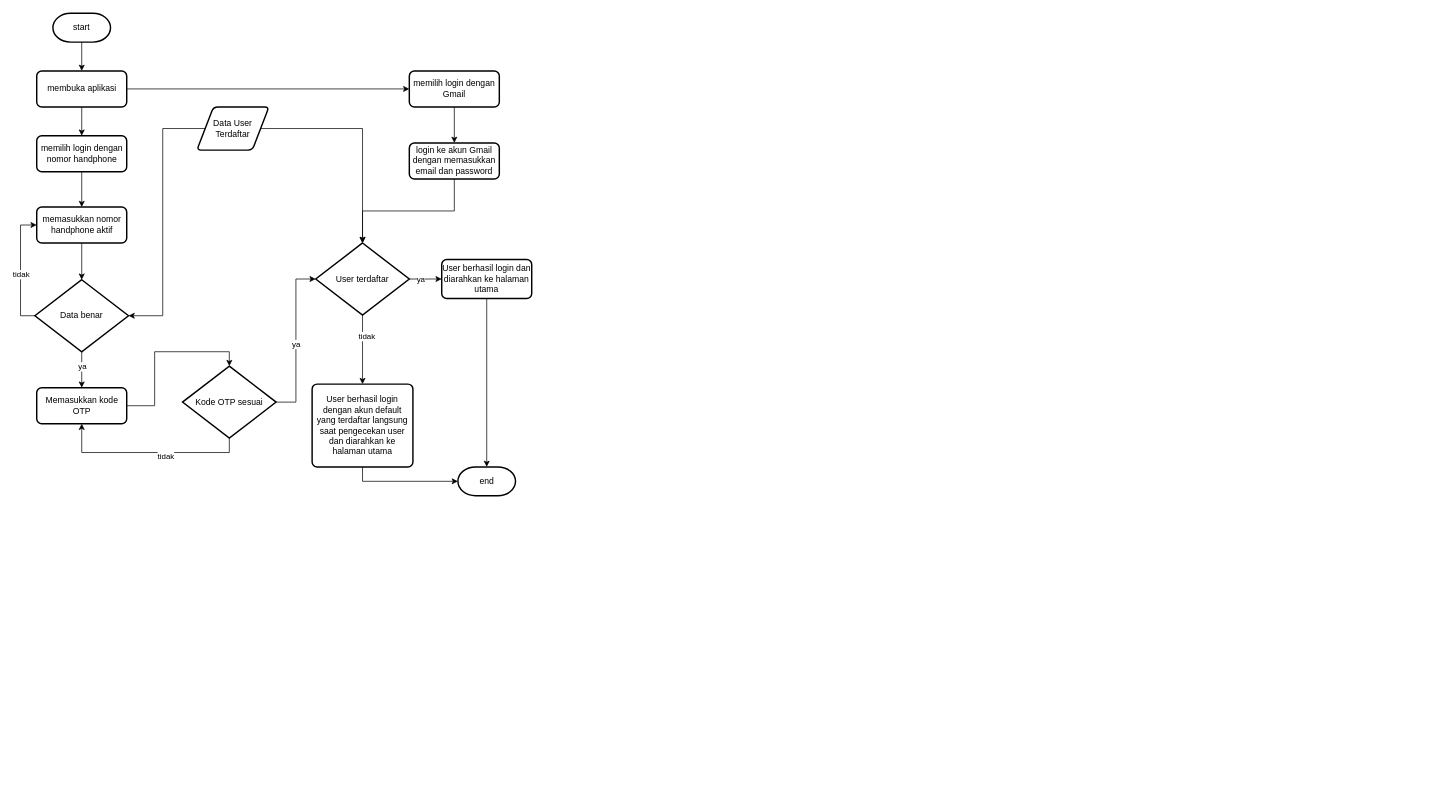
The draw.io diagram page "login aplikasi" (9 of 12) of Untitled Diagram.drawio in rukadabra/test, before the edit. Source tidied: cells renumbered, new cells numbered last; positions are measured from the earlier drawing's top-left corner, leaving out a move shared by most shapes. Both pictures are drawn from the tidied source at 72%, with x=0, y=0 at pixel (20, 13).
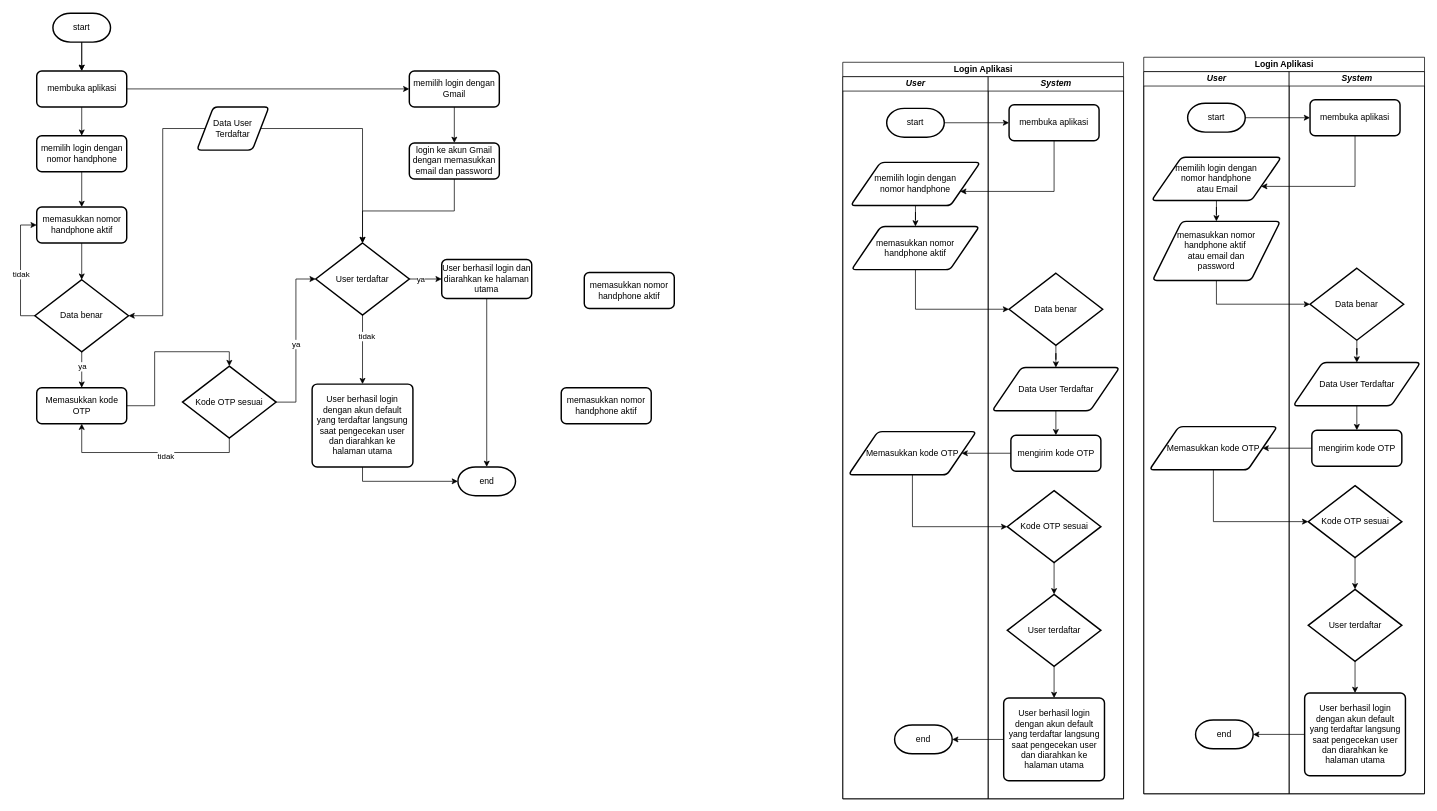
After the change.

Unchanged cells that the change refers to:
```xml
<mxCell id="3" value="start" style="strokeWidth=2;html=1;shape=mxgraph.flowchart.terminator;whiteSpace=wrap;" parent="1" vertex="1">
  <mxGeometry x="45" width="80" height="40" as="geometry" />
</mxCell>
<mxCell id="6" value="membuka aplikasi" style="rounded=1;whiteSpace=wrap;html=1;absoluteArcSize=1;arcSize=14;strokeWidth=2;" parent="1" vertex="1">
  <mxGeometry x="22.5" y="80" width="125" height="50" as="geometry" />
</mxCell>
```

Diff of the diagram source:
```diff
@@
+    <mxCell id="40" style="edgeStyle=orthogonalEdgeStyle;rounded=0;jettySize=auto;html=1;" parent="1" edge="1" source="3" target="6">
+      <mxGeometry relative="1" as="geometry" />
+    </mxCell>
@@
+    <mxCell id="41" value="Login Aplikasi" style="swimlane;startSize=20;html=1;" parent="1" vertex="1">
+      <mxGeometry x="1142" y="68" width="390" height="1023" as="geometry" />
+    </mxCell>
+    <mxCell id="42" value="&lt;i&gt;User&lt;/i&gt;" style="swimlane;startSize=20;html=1;" parent="41" vertex="1">
+      <mxGeometry y="20" width="202" height="1003" as="geometry" />
+    </mxCell>
+    <mxCell id="43" value="start" style="strokeWidth=2;html=1;shape=mxgraph.flowchart.terminator;whiteSpace=wrap;" parent="42" vertex="1">
+      <mxGeometry x="61" y="44" width="80" height="40" as="geometry" />
+    </mxCell>
+    <mxCell id="44" style="edgeStyle=orthogonalEdgeStyle;rounded=0;jettySize=auto;html=1;entryX=0.5;entryY=0;entryDx=0;entryDy=0;" parent="42" edge="1" source="45" target="46">
+      <mxGeometry relative="1" as="geometry" />
+    </mxCell>
+    <mxCell id="45" value="memilih login dengan &lt;br&gt;nomor handphone" style="shape=parallelogram;html=1;strokeWidth=2;perimeter=parallelogramPerimeter;whiteSpace=wrap;rounded=1;arcSize=12;size=0.23;" parent="42" vertex="1">
+      <mxGeometry x="11" y="119" width="180" height="60" as="geometry" />
+    </mxCell>
+    <mxCell id="46" value="memasukkan nomor &lt;br&gt;handphone aktif" style="shape=parallelogram;html=1;strokeWidth=2;perimeter=parallelogramPerimeter;whiteSpace=wrap;rounded=1;arcSize=12;size=0.23;" parent="42" vertex="1">
+      <mxGeometry x="12.2" y="208" width="177.5" height="60" as="geometry" />
+    </mxCell>
+    <mxCell id="47" value="Memasukkan kode OTP" style="shape=parallelogram;html=1;strokeWidth=2;perimeter=parallelogramPerimeter;whiteSpace=wrap;rounded=1;arcSize=12;size=0.23;" parent="42" vertex="1">
+      <mxGeometry x="8" y="493" width="177.5" height="60" as="geometry" />
+    </mxCell>
+    <mxCell id="48" value="end" style="strokeWidth=2;html=1;shape=mxgraph.flowchart.terminator;whiteSpace=wrap;" parent="42" vertex="1">
+      <mxGeometry x="72" y="900.5" width="80" height="40" as="geometry" />
+    </mxCell>
+    <mxCell id="49" style="edgeStyle=orthogonalEdgeStyle;rounded=0;jettySize=auto;html=1;" parent="41" edge="1" source="43" target="58">
+      <mxGeometry relative="1" as="geometry" />
+    </mxCell>
+    <mxCell id="50" style="edgeStyle=orthogonalEdgeStyle;rounded=0;jettySize=auto;html=1;entryX=1;entryY=0.75;entryDx=0;entryDy=0;" parent="41" edge="1" source="58" target="45">
+      <mxGeometry relative="1" as="geometry">
+        <Array as="points">
+          <mxPoint x="293" y="179" />
+        </Array>
+      </mxGeometry>
+    </mxCell>
+    <mxCell id="51" style="edgeStyle=orthogonalEdgeStyle;rounded=0;jettySize=auto;html=1;exitX=0.5;exitY=1;exitDx=0;exitDy=0;entryX=0;entryY=0.5;entryDx=0;entryDy=0;entryPerimeter=0;" parent="41" edge="1" source="46" target="57">
+      <mxGeometry relative="1" as="geometry" />
+    </mxCell>
+    <mxCell id="52" style="edgeStyle=orthogonalEdgeStyle;rounded=0;jettySize=auto;html=1;" parent="41" edge="1" source="61" target="47">
+      <mxGeometry relative="1" as="geometry" />
+    </mxCell>
+    <mxCell id="53" style="edgeStyle=orthogonalEdgeStyle;rounded=0;jettySize=auto;html=1;exitX=0.5;exitY=1;exitDx=0;exitDy=0;entryX=0;entryY=0.5;entryDx=0;entryDy=0;entryPerimeter=0;" parent="41" edge="1" source="47" target="63">
+      <mxGeometry relative="1" as="geometry" />
+    </mxCell>
+    <mxCell id="54" style="edgeStyle=orthogonalEdgeStyle;rounded=0;jettySize=auto;html=1;exitX=0;exitY=0.5;exitDx=0;exitDy=0;" parent="41" edge="1" source="66" target="48">
+      <mxGeometry relative="1" as="geometry" />
+    </mxCell>
+    <mxCell id="55" value="&lt;b&gt;&lt;i&gt;System&lt;/i&gt;&lt;/b&gt;" style="swimlane;startSize=20;html=1;" parent="41" vertex="1">
+      <mxGeometry x="202" y="20" width="188" height="1003" as="geometry" />
+    </mxCell>
+    <mxCell id="56" style="edgeStyle=orthogonalEdgeStyle;rounded=0;jettySize=auto;html=1;entryX=0.5;entryY=0;entryDx=0;entryDy=0;" parent="55" edge="1" source="57" target="60">
+      <mxGeometry relative="1" as="geometry" />
+    </mxCell>
+    <mxCell id="57" value="Data benar" style="strokeWidth=2;html=1;shape=mxgraph.flowchart.decision;whiteSpace=wrap;" parent="55" vertex="1">
+      <mxGeometry x="29" y="273" width="130" height="100" as="geometry" />
+    </mxCell>
+    <mxCell id="58" value="membuka aplikasi" style="rounded=1;whiteSpace=wrap;html=1;absoluteArcSize=1;arcSize=14;strokeWidth=2;" parent="55" vertex="1">
+      <mxGeometry x="29" y="39" width="125" height="50" as="geometry" />
+    </mxCell>
+    <mxCell id="59" style="edgeStyle=orthogonalEdgeStyle;rounded=0;jettySize=auto;html=1;exitX=0.5;exitY=1;exitDx=0;exitDy=0;entryX=0.5;entryY=0;entryDx=0;entryDy=0;" parent="55" edge="1" source="60" target="61">
+      <mxGeometry relative="1" as="geometry" />
+    </mxCell>
+    <mxCell id="60" value="Data User Terdaftar" style="shape=parallelogram;html=1;strokeWidth=2;perimeter=parallelogramPerimeter;whiteSpace=wrap;rounded=1;arcSize=12;size=0.23;" parent="55" vertex="1">
+      <mxGeometry x="5.6" y="404" width="176.8" height="60" as="geometry" />
+    </mxCell>
+    <mxCell id="61" value="mengirim kode OTP" style="rounded=1;whiteSpace=wrap;html=1;absoluteArcSize=1;arcSize=14;strokeWidth=2;" parent="55" vertex="1">
+      <mxGeometry x="31.5" y="498" width="125" height="50" as="geometry" />
+    </mxCell>
+    <mxCell id="62" style="edgeStyle=orthogonalEdgeStyle;rounded=0;jettySize=auto;html=1;exitX=0.5;exitY=1;exitDx=0;exitDy=0;exitPerimeter=0;" parent="55" edge="1" source="63" target="65">
+      <mxGeometry relative="1" as="geometry" />
+    </mxCell>
+    <mxCell id="63" value="Kode OTP sesuai" style="strokeWidth=2;html=1;shape=mxgraph.flowchart.decision;whiteSpace=wrap;" parent="55" vertex="1">
+      <mxGeometry x="26.5" y="575" width="130" height="100" as="geometry" />
+    </mxCell>
+    <mxCell id="64" style="edgeStyle=orthogonalEdgeStyle;rounded=0;jettySize=auto;html=1;" parent="55" edge="1" source="65" target="66">
+      <mxGeometry relative="1" as="geometry" />
+    </mxCell>
+    <mxCell id="65" value="User terdaftar" style="strokeWidth=2;html=1;shape=mxgraph.flowchart.decision;whiteSpace=wrap;" parent="55" vertex="1">
+      <mxGeometry x="26.5" y="719" width="130" height="100" as="geometry" />
+    </mxCell>
+    <mxCell id="66" value="User berhasil login dengan akun default yang terdaftar langsung saat pengecekan user dan diarahkan ke halaman utama" style="rounded=1;whiteSpace=wrap;html=1;absoluteArcSize=1;arcSize=14;strokeWidth=2;" parent="55" vertex="1">
+      <mxGeometry x="21.5" y="863" width="140" height="115" as="geometry" />
+    </mxCell>
+    <mxCell id="67" value="memasukkan nomor handphone aktif" style="rounded=1;whiteSpace=wrap;html=1;absoluteArcSize=1;arcSize=14;strokeWidth=2;" parent="1" vertex="1">
+      <mxGeometry x="783" y="360" width="125" height="50" as="geometry" />
+    </mxCell>
+    <mxCell id="68" value="memasukkan nomor handphone aktif" style="rounded=1;whiteSpace=wrap;html=1;absoluteArcSize=1;arcSize=14;strokeWidth=2;" parent="1" vertex="1">
+      <mxGeometry x="751" y="520" width="125" height="50" as="geometry" />
+    </mxCell>
+    <mxCell id="69" value="Login Aplikasi" style="swimlane;startSize=20;html=1;" parent="1" vertex="1">
+      <mxGeometry x="1560" y="61" width="390" height="1023" as="geometry" />
+    </mxCell>
+    <mxCell id="70" value="&lt;i&gt;User&lt;/i&gt;" style="swimlane;startSize=20;html=1;" parent="69" vertex="1">
+      <mxGeometry y="20" width="202" height="1003" as="geometry" />
+    </mxCell>
+    <mxCell id="71" value="start" style="strokeWidth=2;html=1;shape=mxgraph.flowchart.terminator;whiteSpace=wrap;" parent="70" vertex="1">
+      <mxGeometry x="61" y="44" width="80" height="40" as="geometry" />
+    </mxCell>
+    <mxCell id="72" style="edgeStyle=orthogonalEdgeStyle;rounded=0;jettySize=auto;html=1;entryX=0.5;entryY=0;entryDx=0;entryDy=0;" parent="70" edge="1" source="73" target="74">
+      <mxGeometry relative="1" as="geometry" />
+    </mxCell>
+    <mxCell id="73" value="memilih login dengan &lt;br&gt;nomor handphone&lt;br&gt;&amp;nbsp;atau Email" style="shape=parallelogram;html=1;strokeWidth=2;perimeter=parallelogramPerimeter;whiteSpace=wrap;rounded=1;arcSize=12;size=0.23;" parent="70" vertex="1">
+      <mxGeometry x="11" y="119" width="180" height="60" as="geometry" />
+    </mxCell>
+    <mxCell id="74" value="memasukkan nomor &lt;br&gt;handphone aktif&amp;nbsp;&lt;br&gt;atau email dan &lt;br&gt;password" style="shape=parallelogram;html=1;strokeWidth=2;perimeter=parallelogramPerimeter;whiteSpace=wrap;rounded=1;arcSize=12;size=0.23;" parent="70" vertex="1">
+      <mxGeometry x="12.2" y="208" width="177.5" height="82" as="geometry" />
+    </mxCell>
+    <mxCell id="75" value="Memasukkan kode OTP" style="shape=parallelogram;html=1;strokeWidth=2;perimeter=parallelogramPerimeter;whiteSpace=wrap;rounded=1;arcSize=12;size=0.23;" parent="70" vertex="1">
+      <mxGeometry x="8" y="493" width="177.5" height="60" as="geometry" />
+    </mxCell>
+    <mxCell id="76" value="end" style="strokeWidth=2;html=1;shape=mxgraph.flowchart.terminator;whiteSpace=wrap;" parent="70" vertex="1">
+      <mxGeometry x="72" y="900.5" width="80" height="40" as="geometry" />
+    </mxCell>
+    <mxCell id="77" style="edgeStyle=orthogonalEdgeStyle;rounded=0;jettySize=auto;html=1;" parent="69" edge="1" source="71" target="86">
+      <mxGeometry relative="1" as="geometry" />
+    </mxCell>
+    <mxCell id="78" style="edgeStyle=orthogonalEdgeStyle;rounded=0;jettySize=auto;html=1;entryX=1;entryY=0.75;entryDx=0;entryDy=0;" parent="69" edge="1" source="86" target="73">
+      <mxGeometry relative="1" as="geometry">
+        <Array as="points">
+          <mxPoint x="293" y="179" />
+        </Array>
+      </mxGeometry>
+    </mxCell>
+    <mxCell id="79" style="edgeStyle=orthogonalEdgeStyle;rounded=0;jettySize=auto;html=1;exitX=0.5;exitY=1;exitDx=0;exitDy=0;entryX=0;entryY=0.5;entryDx=0;entryDy=0;entryPerimeter=0;" parent="69" edge="1" source="74" target="85">
+      <mxGeometry relative="1" as="geometry" />
+    </mxCell>
+    <mxCell id="80" style="edgeStyle=orthogonalEdgeStyle;rounded=0;jettySize=auto;html=1;" parent="69" edge="1" source="89" target="75">
+      <mxGeometry relative="1" as="geometry" />
+    </mxCell>
+    <mxCell id="81" style="edgeStyle=orthogonalEdgeStyle;rounded=0;jettySize=auto;html=1;exitX=0.5;exitY=1;exitDx=0;exitDy=0;entryX=0;entryY=0.5;entryDx=0;entryDy=0;entryPerimeter=0;" parent="69" edge="1" source="75" target="91">
+      <mxGeometry relative="1" as="geometry" />
+    </mxCell>
+    <mxCell id="82" style="edgeStyle=orthogonalEdgeStyle;rounded=0;jettySize=auto;html=1;exitX=0;exitY=0.5;exitDx=0;exitDy=0;" parent="69" edge="1" source="94" target="76">
+      <mxGeometry relative="1" as="geometry" />
+    </mxCell>
+    <mxCell id="83" value="&lt;b&gt;&lt;i&gt;System&lt;/i&gt;&lt;/b&gt;" style="swimlane;startSize=20;html=1;" parent="69" vertex="1">
+      <mxGeometry x="202" y="20" width="188" height="1003" as="geometry" />
+    </mxCell>
+    <mxCell id="84" style="edgeStyle=orthogonalEdgeStyle;rounded=0;jettySize=auto;html=1;entryX=0.5;entryY=0;entryDx=0;entryDy=0;" parent="83" edge="1" source="85" target="88">
+      <mxGeometry relative="1" as="geometry" />
+    </mxCell>
+    <mxCell id="85" value="Data benar" style="strokeWidth=2;html=1;shape=mxgraph.flowchart.decision;whiteSpace=wrap;" parent="83" vertex="1">
+      <mxGeometry x="29" y="273" width="130" height="100" as="geometry" />
+    </mxCell>
+    <mxCell id="86" value="membuka aplikasi" style="rounded=1;whiteSpace=wrap;html=1;absoluteArcSize=1;arcSize=14;strokeWidth=2;" parent="83" vertex="1">
+      <mxGeometry x="29" y="39" width="125" height="50" as="geometry" />
+    </mxCell>
+    <mxCell id="87" style="edgeStyle=orthogonalEdgeStyle;rounded=0;jettySize=auto;html=1;exitX=0.5;exitY=1;exitDx=0;exitDy=0;entryX=0.5;entryY=0;entryDx=0;entryDy=0;" parent="83" edge="1" source="88" target="89">
+      <mxGeometry relative="1" as="geometry" />
+    </mxCell>
+    <mxCell id="88" value="Data User Terdaftar" style="shape=parallelogram;html=1;strokeWidth=2;perimeter=parallelogramPerimeter;whiteSpace=wrap;rounded=1;arcSize=12;size=0.23;" parent="83" vertex="1">
+      <mxGeometry x="5.6" y="404" width="176.8" height="60" as="geometry" />
+    </mxCell>
+    <mxCell id="89" value="mengirim kode OTP" style="rounded=1;whiteSpace=wrap;html=1;absoluteArcSize=1;arcSize=14;strokeWidth=2;" parent="83" vertex="1">
+      <mxGeometry x="31.5" y="498" width="125" height="50" as="geometry" />
+    </mxCell>
+    <mxCell id="90" style="edgeStyle=orthogonalEdgeStyle;rounded=0;jettySize=auto;html=1;exitX=0.5;exitY=1;exitDx=0;exitDy=0;exitPerimeter=0;" parent="83" edge="1" source="91" target="93">
+      <mxGeometry relative="1" as="geometry" />
+    </mxCell>
+    <mxCell id="91" value="Kode OTP sesuai" style="strokeWidth=2;html=1;shape=mxgraph.flowchart.decision;whiteSpace=wrap;" parent="83" vertex="1">
+      <mxGeometry x="26.5" y="575" width="130" height="100" as="geometry" />
+    </mxCell>
+    <mxCell id="92" style="edgeStyle=orthogonalEdgeStyle;rounded=0;jettySize=auto;html=1;" parent="83" edge="1" source="93" target="94">
+      <mxGeometry relative="1" as="geometry" />
+    </mxCell>
+    <mxCell id="93" value="User terdaftar" style="strokeWidth=2;html=1;shape=mxgraph.flowchart.decision;whiteSpace=wrap;" parent="83" vertex="1">
+      <mxGeometry x="26.5" y="719" width="130" height="100" as="geometry" />
+    </mxCell>
+    <mxCell id="94" value="User berhasil login dengan akun default yang terdaftar langsung saat pengecekan user dan diarahkan ke halaman utama" style="rounded=1;whiteSpace=wrap;html=1;absoluteArcSize=1;arcSize=14;strokeWidth=2;" parent="83" vertex="1">
+      <mxGeometry x="21.5" y="863" width="140" height="115" as="geometry" />
+    </mxCell>
```
